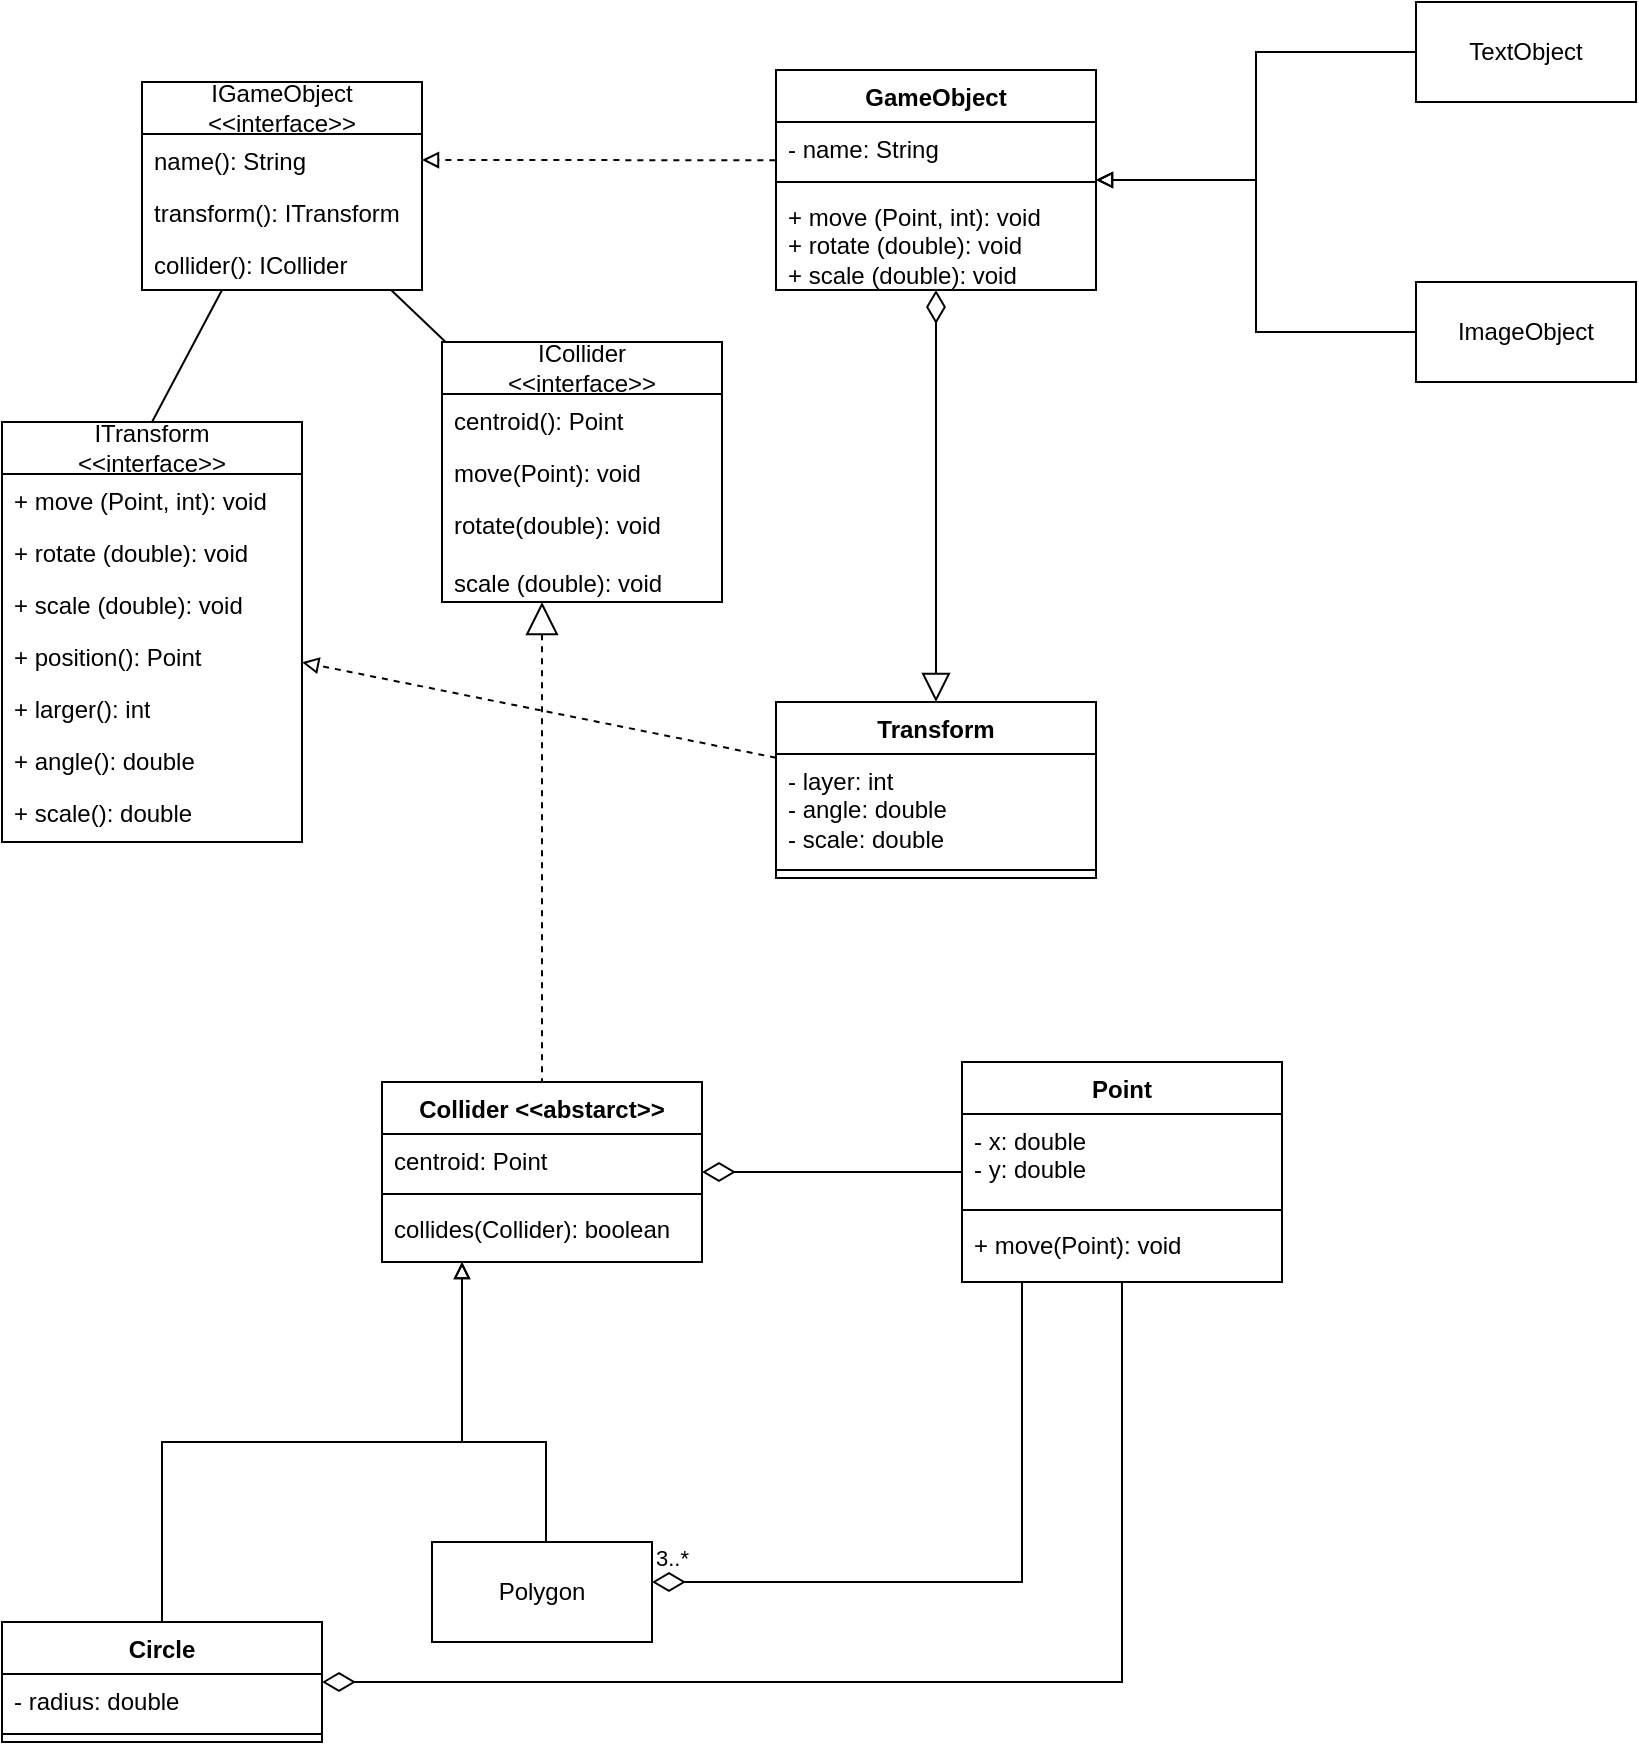
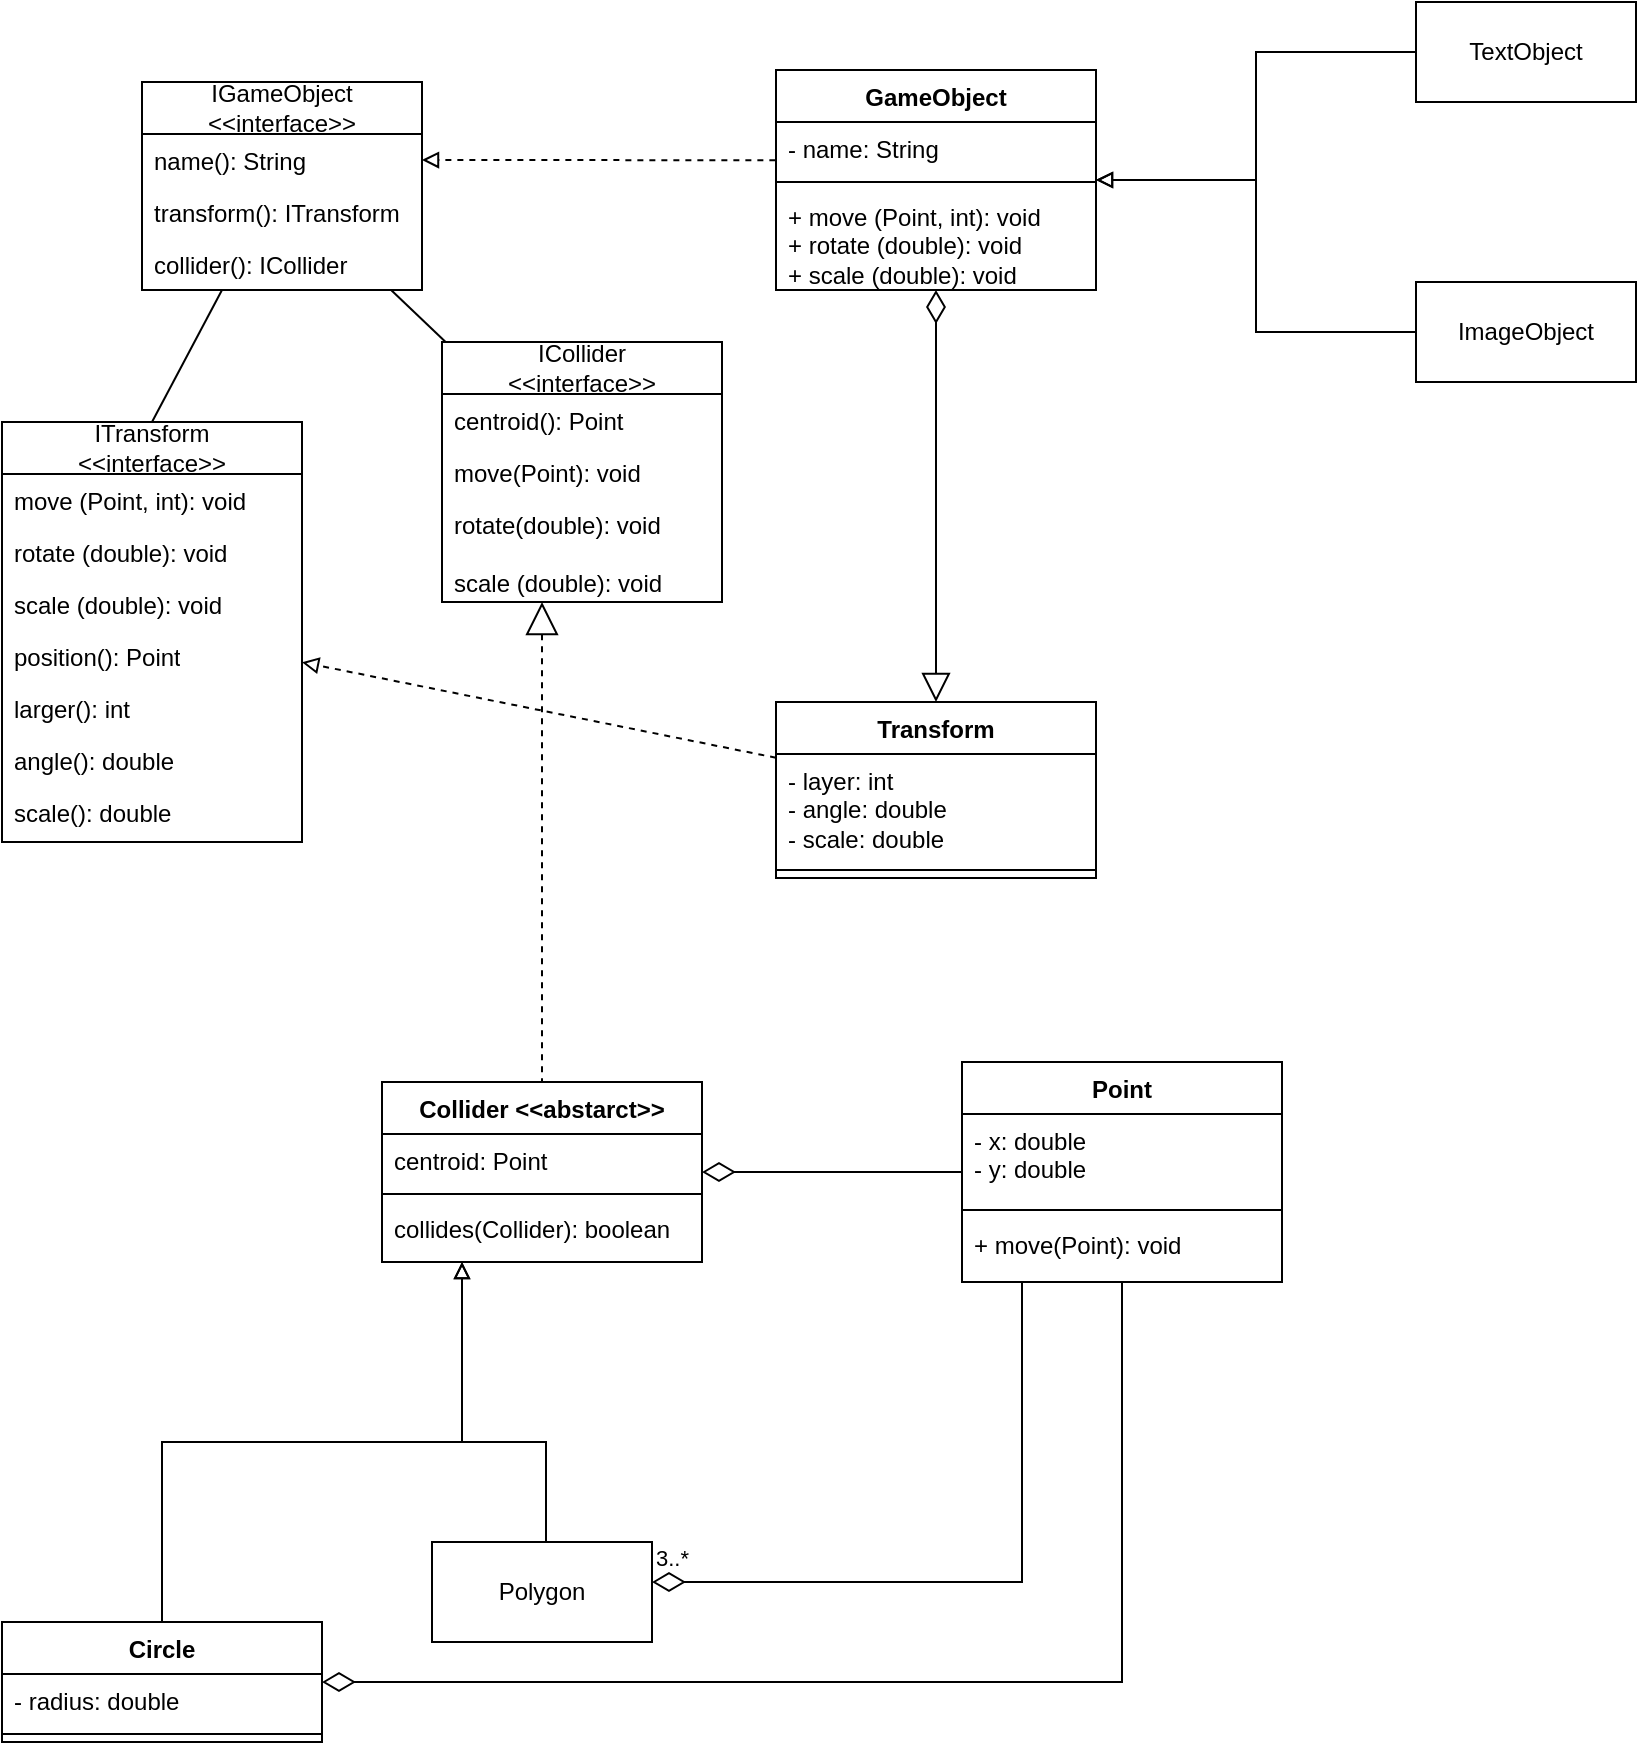
- <mxfile host="Electron" agent="Mozilla/5.0 (Windows NT 10.0; Win64; x64) AppleWebKit/537.36 (KHTML, like Gecko) draw.io/26.1.1 Chrome/132.0.6834.210 Electron/34.3.3 Safari/537.36" version="26.1.1">
+ <mxfile host="Electron" agent="Mozilla/5.0 (Windows NT 10.0; Win64; x64) AppleWebKit/537.36 (KHTML, like Gecko) draw.io/24.7.17 Chrome/128.0.6613.36 Electron/32.0.1 Safari/537.36" version="24.7.17">
  <diagram name="Página-1" id="ozrJAd1rfRzcVZ3zqUes">
-     <mxGraphModel dx="677" dy="1570" grid="1" gridSize="10" guides="1" tooltips="1" connect="1" arrows="1" fold="1" page="1" pageScale="1" pageWidth="827" pageHeight="1169" math="0" shadow="0">
+     <mxGraphModel dx="1050" dy="1790" grid="1" gridSize="10" guides="1" tooltips="1" connect="1" arrows="1" fold="1" page="1" pageScale="1" pageWidth="827" pageHeight="1169" math="0" shadow="0">
      <root>
        <mxCell id="0" />
        <mxCell id="1" parent="0" />
        <mxCell id="xWOYF9rLK-Gz1RhxJqcK-5" value="GameObject" style="swimlane;fontStyle=1;align=center;verticalAlign=top;childLayout=stackLayout;horizontal=1;startSize=26;horizontalStack=0;resizeParent=1;resizeParentMax=0;resizeLast=0;collapsible=1;marginBottom=0;whiteSpace=wrap;html=1;" parent="1" vertex="1">
          <mxGeometry x="397" y="4" width="160" height="110" as="geometry" />
        </mxCell>
        <mxCell id="xWOYF9rLK-Gz1RhxJqcK-6" value="- name: String" style="text;strokeColor=none;fillColor=none;align=left;verticalAlign=top;spacingLeft=4;spacingRight=4;overflow=hidden;rotatable=0;points=[[0,0.5],[1,0.5]];portConstraint=eastwest;whiteSpace=wrap;html=1;" parent="xWOYF9rLK-Gz1RhxJqcK-5" vertex="1">
          <mxGeometry y="26" width="160" height="26" as="geometry" />
        </mxCell>
        <mxCell id="xWOYF9rLK-Gz1RhxJqcK-7" value="" style="line;strokeWidth=1;fillColor=none;align=left;verticalAlign=middle;spacingTop=-1;spacingLeft=3;spacingRight=3;rotatable=0;labelPosition=right;points=[];portConstraint=eastwest;strokeColor=inherit;" parent="xWOYF9rLK-Gz1RhxJqcK-5" vertex="1">
          <mxGeometry y="52" width="160" height="8" as="geometry" />
        </mxCell>
        <mxCell id="xWOYF9rLK-Gz1RhxJqcK-8" value="+ move (Point, int): void&lt;div&gt;+ rotate (double): void&lt;/div&gt;&lt;div&gt;+ scale (double): void&lt;/div&gt;" style="text;strokeColor=none;fillColor=none;align=left;verticalAlign=top;spacingLeft=4;spacingRight=4;overflow=hidden;rotatable=0;points=[[0,0.5],[1,0.5]];portConstraint=eastwest;whiteSpace=wrap;html=1;" parent="xWOYF9rLK-Gz1RhxJqcK-5" vertex="1">
          <mxGeometry y="60" width="160" height="50" as="geometry" />
        </mxCell>
        <mxCell id="xWOYF9rLK-Gz1RhxJqcK-11" style="edgeStyle=orthogonalEdgeStyle;rounded=0;orthogonalLoop=1;jettySize=auto;html=1;endArrow=block;endFill=0;" parent="1" source="xWOYF9rLK-Gz1RhxJqcK-9" target="xWOYF9rLK-Gz1RhxJqcK-5" edge="1">
          <mxGeometry relative="1" as="geometry" />
        </mxCell>
        <mxCell id="xWOYF9rLK-Gz1RhxJqcK-9" value="TextObject" style="html=1;whiteSpace=wrap;" parent="1" vertex="1">
          <mxGeometry x="717" y="-30" width="110" height="50" as="geometry" />
        </mxCell>
        <mxCell id="xWOYF9rLK-Gz1RhxJqcK-12" style="edgeStyle=orthogonalEdgeStyle;rounded=0;orthogonalLoop=1;jettySize=auto;html=1;startArrow=none;startFill=0;endArrow=block;endFill=0;" parent="1" source="xWOYF9rLK-Gz1RhxJqcK-10" target="xWOYF9rLK-Gz1RhxJqcK-5" edge="1">
          <mxGeometry relative="1" as="geometry" />
        </mxCell>
        <mxCell id="xWOYF9rLK-Gz1RhxJqcK-10" value="ImageObject" style="html=1;whiteSpace=wrap;" parent="1" vertex="1">
          <mxGeometry x="717" y="110" width="110" height="50" as="geometry" />
        </mxCell>
        <mxCell id="xWOYF9rLK-Gz1RhxJqcK-13" value="Collider&amp;nbsp;&lt;span style=&quot;background-color: transparent; color: light-dark(rgb(0, 0, 0), rgb(255, 255, 255));&quot;&gt;&amp;lt;&amp;lt;abstarct&amp;gt;&amp;gt;&lt;/span&gt;" style="swimlane;fontStyle=1;align=center;verticalAlign=top;childLayout=stackLayout;horizontal=1;startSize=26;horizontalStack=0;resizeParent=1;resizeParentMax=0;resizeLast=0;collapsible=1;marginBottom=0;whiteSpace=wrap;html=1;" parent="1" vertex="1">
          <mxGeometry x="200" y="510" width="160" height="90" as="geometry" />
        </mxCell>
        <mxCell id="xWOYF9rLK-Gz1RhxJqcK-14" value="centroid: Point" style="text;strokeColor=none;fillColor=none;align=left;verticalAlign=top;spacingLeft=4;spacingRight=4;overflow=hidden;rotatable=0;points=[[0,0.5],[1,0.5]];portConstraint=eastwest;whiteSpace=wrap;html=1;" parent="xWOYF9rLK-Gz1RhxJqcK-13" vertex="1">
          <mxGeometry y="26" width="160" height="26" as="geometry" />
        </mxCell>
        <mxCell id="xWOYF9rLK-Gz1RhxJqcK-15" value="" style="line;strokeWidth=1;fillColor=none;align=left;verticalAlign=middle;spacingTop=-1;spacingLeft=3;spacingRight=3;rotatable=0;labelPosition=right;points=[];portConstraint=eastwest;strokeColor=inherit;" parent="xWOYF9rLK-Gz1RhxJqcK-13" vertex="1">
          <mxGeometry y="52" width="160" height="8" as="geometry" />
        </mxCell>
        <mxCell id="xWOYF9rLK-Gz1RhxJqcK-16" value="collides(Collider): boolean" style="text;strokeColor=none;fillColor=none;align=left;verticalAlign=top;spacingLeft=4;spacingRight=4;overflow=hidden;rotatable=0;points=[[0,0.5],[1,0.5]];portConstraint=eastwest;whiteSpace=wrap;html=1;" parent="xWOYF9rLK-Gz1RhxJqcK-13" vertex="1">
          <mxGeometry y="60" width="160" height="30" as="geometry" />
        </mxCell>
        <mxCell id="xWOYF9rLK-Gz1RhxJqcK-17" value="IGameObject&lt;br&gt;&amp;lt;&amp;lt;interface&amp;gt;&amp;gt;" style="swimlane;fontStyle=0;childLayout=stackLayout;horizontal=1;startSize=26;fillColor=none;horizontalStack=0;resizeParent=1;resizeParentMax=0;resizeLast=0;collapsible=1;marginBottom=0;whiteSpace=wrap;html=1;" parent="1" vertex="1">
          <mxGeometry x="80" y="10" width="140" height="104" as="geometry" />
        </mxCell>
        <mxCell id="xWOYF9rLK-Gz1RhxJqcK-18" value="name(): String" style="text;strokeColor=none;fillColor=none;align=left;verticalAlign=top;spacingLeft=4;spacingRight=4;overflow=hidden;rotatable=0;points=[[0,0.5],[1,0.5]];portConstraint=eastwest;whiteSpace=wrap;html=1;" parent="xWOYF9rLK-Gz1RhxJqcK-17" vertex="1">
          <mxGeometry y="26" width="140" height="26" as="geometry" />
        </mxCell>
        <mxCell id="xWOYF9rLK-Gz1RhxJqcK-19" value="transform(): ITransform" style="text;strokeColor=none;fillColor=none;align=left;verticalAlign=top;spacingLeft=4;spacingRight=4;overflow=hidden;rotatable=0;points=[[0,0.5],[1,0.5]];portConstraint=eastwest;whiteSpace=wrap;html=1;" parent="xWOYF9rLK-Gz1RhxJqcK-17" vertex="1">
          <mxGeometry y="52" width="140" height="26" as="geometry" />
        </mxCell>
        <mxCell id="xWOYF9rLK-Gz1RhxJqcK-20" value="collider(): ICollider" style="text;strokeColor=none;fillColor=none;align=left;verticalAlign=top;spacingLeft=4;spacingRight=4;overflow=hidden;rotatable=0;points=[[0,0.5],[1,0.5]];portConstraint=eastwest;whiteSpace=wrap;html=1;" parent="xWOYF9rLK-Gz1RhxJqcK-17" vertex="1">
          <mxGeometry y="78" width="140" height="26" as="geometry" />
        </mxCell>
        <mxCell id="xWOYF9rLK-Gz1RhxJqcK-21" value="" style="endArrow=block;dashed=1;html=1;rounded=0;startArrow=none;startFill=0;endFill=0;entryX=1;entryY=0.5;entryDx=0;entryDy=0;exitX=-0.002;exitY=0.735;exitDx=0;exitDy=0;exitPerimeter=0;" parent="1" source="xWOYF9rLK-Gz1RhxJqcK-6" target="xWOYF9rLK-Gz1RhxJqcK-18" edge="1">
          <mxGeometry width="50" height="50" relative="1" as="geometry">
            <mxPoint x="207" y="190" as="sourcePoint" />
            <mxPoint x="257" y="140" as="targetPoint" />
            <Array as="points" />
          </mxGeometry>
        </mxCell>
        <mxCell id="xWOYF9rLK-Gz1RhxJqcK-30" value="" style="group" parent="1" vertex="1" connectable="0">
          <mxGeometry x="10" y="180" width="150" height="210" as="geometry" />
        </mxCell>
        <mxCell id="xWOYF9rLK-Gz1RhxJqcK-22" value="ITransform&lt;br&gt;&amp;lt;&amp;lt;interface&amp;gt;&amp;gt;" style="swimlane;fontStyle=0;childLayout=stackLayout;horizontal=1;startSize=26;fillColor=none;horizontalStack=0;resizeParent=1;resizeParentMax=0;resizeLast=0;collapsible=1;marginBottom=0;whiteSpace=wrap;html=1;" parent="xWOYF9rLK-Gz1RhxJqcK-30" vertex="1">
          <mxGeometry width="150" height="210" as="geometry" />
        </mxCell>
-         <mxCell id="xWOYF9rLK-Gz1RhxJqcK-23" value="+ move (Point, int): void" style="text;strokeColor=none;fillColor=none;align=left;verticalAlign=top;spacingLeft=4;spacingRight=4;overflow=hidden;rotatable=0;points=[[0,0.5],[1,0.5]];portConstraint=eastwest;whiteSpace=wrap;html=1;" parent="xWOYF9rLK-Gz1RhxJqcK-22" vertex="1">
+         <mxCell id="xWOYF9rLK-Gz1RhxJqcK-23" value="move (Point, int): void" style="text;strokeColor=none;fillColor=none;align=left;verticalAlign=top;spacingLeft=4;spacingRight=4;overflow=hidden;rotatable=0;points=[[0,0.5],[1,0.5]];portConstraint=eastwest;whiteSpace=wrap;html=1;" parent="xWOYF9rLK-Gz1RhxJqcK-22" vertex="1">
          <mxGeometry y="26" width="150" height="26" as="geometry" />
        </mxCell>
-         <mxCell id="xWOYF9rLK-Gz1RhxJqcK-24" value="+ rotate (double): void" style="text;strokeColor=none;fillColor=none;align=left;verticalAlign=top;spacingLeft=4;spacingRight=4;overflow=hidden;rotatable=0;points=[[0,0.5],[1,0.5]];portConstraint=eastwest;whiteSpace=wrap;html=1;" parent="xWOYF9rLK-Gz1RhxJqcK-22" vertex="1">
+         <mxCell id="xWOYF9rLK-Gz1RhxJqcK-24" value="rotate (double): void" style="text;strokeColor=none;fillColor=none;align=left;verticalAlign=top;spacingLeft=4;spacingRight=4;overflow=hidden;rotatable=0;points=[[0,0.5],[1,0.5]];portConstraint=eastwest;whiteSpace=wrap;html=1;" parent="xWOYF9rLK-Gz1RhxJqcK-22" vertex="1">
          <mxGeometry y="52" width="150" height="26" as="geometry" />
        </mxCell>
-         <mxCell id="xWOYF9rLK-Gz1RhxJqcK-25" value="&lt;div&gt;+ scale (double): void&lt;/div&gt;" style="text;strokeColor=none;fillColor=none;align=left;verticalAlign=top;spacingLeft=4;spacingRight=4;overflow=hidden;rotatable=0;points=[[0,0.5],[1,0.5]];portConstraint=eastwest;whiteSpace=wrap;html=1;" parent="xWOYF9rLK-Gz1RhxJqcK-22" vertex="1">
+         <mxCell id="xWOYF9rLK-Gz1RhxJqcK-25" value="&lt;div&gt;scale (double): void&lt;/div&gt;" style="text;strokeColor=none;fillColor=none;align=left;verticalAlign=top;spacingLeft=4;spacingRight=4;overflow=hidden;rotatable=0;points=[[0,0.5],[1,0.5]];portConstraint=eastwest;whiteSpace=wrap;html=1;" parent="xWOYF9rLK-Gz1RhxJqcK-22" vertex="1">
          <mxGeometry y="78" width="150" height="132" as="geometry" />
        </mxCell>
-         <mxCell id="xWOYF9rLK-Gz1RhxJqcK-26" value="+ position(): Point" style="text;strokeColor=none;fillColor=none;align=left;verticalAlign=top;spacingLeft=4;spacingRight=4;overflow=hidden;rotatable=0;points=[[0,0.5],[1,0.5]];portConstraint=eastwest;whiteSpace=wrap;html=1;" parent="xWOYF9rLK-Gz1RhxJqcK-30" vertex="1">
+         <mxCell id="xWOYF9rLK-Gz1RhxJqcK-26" value="position(): Point" style="text;strokeColor=none;fillColor=none;align=left;verticalAlign=top;spacingLeft=4;spacingRight=4;overflow=hidden;rotatable=0;points=[[0,0.5],[1,0.5]];portConstraint=eastwest;whiteSpace=wrap;html=1;" parent="xWOYF9rLK-Gz1RhxJqcK-30" vertex="1">
          <mxGeometry y="104" width="150" height="26" as="geometry" />
        </mxCell>
-         <mxCell id="xWOYF9rLK-Gz1RhxJqcK-27" value="+ larger(): int" style="text;strokeColor=none;fillColor=none;align=left;verticalAlign=top;spacingLeft=4;spacingRight=4;overflow=hidden;rotatable=0;points=[[0,0.5],[1,0.5]];portConstraint=eastwest;whiteSpace=wrap;html=1;" parent="xWOYF9rLK-Gz1RhxJqcK-30" vertex="1">
+         <mxCell id="xWOYF9rLK-Gz1RhxJqcK-27" value="larger(): int" style="text;strokeColor=none;fillColor=none;align=left;verticalAlign=top;spacingLeft=4;spacingRight=4;overflow=hidden;rotatable=0;points=[[0,0.5],[1,0.5]];portConstraint=eastwest;whiteSpace=wrap;html=1;" parent="xWOYF9rLK-Gz1RhxJqcK-30" vertex="1">
          <mxGeometry y="130" width="150" height="26" as="geometry" />
        </mxCell>
-         <mxCell id="xWOYF9rLK-Gz1RhxJqcK-28" value="+ angle(): double" style="text;strokeColor=none;fillColor=none;align=left;verticalAlign=top;spacingLeft=4;spacingRight=4;overflow=hidden;rotatable=0;points=[[0,0.5],[1,0.5]];portConstraint=eastwest;whiteSpace=wrap;html=1;" parent="xWOYF9rLK-Gz1RhxJqcK-30" vertex="1">
+         <mxCell id="xWOYF9rLK-Gz1RhxJqcK-28" value="angle(): double" style="text;strokeColor=none;fillColor=none;align=left;verticalAlign=top;spacingLeft=4;spacingRight=4;overflow=hidden;rotatable=0;points=[[0,0.5],[1,0.5]];portConstraint=eastwest;whiteSpace=wrap;html=1;" parent="xWOYF9rLK-Gz1RhxJqcK-30" vertex="1">
          <mxGeometry y="156" width="150" height="26" as="geometry" />
        </mxCell>
-         <mxCell id="xWOYF9rLK-Gz1RhxJqcK-29" value="+ scale(): double" style="text;strokeColor=none;fillColor=none;align=left;verticalAlign=top;spacingLeft=4;spacingRight=4;overflow=hidden;rotatable=0;points=[[0,0.5],[1,0.5]];portConstraint=eastwest;whiteSpace=wrap;html=1;" parent="xWOYF9rLK-Gz1RhxJqcK-30" vertex="1">
+         <mxCell id="xWOYF9rLK-Gz1RhxJqcK-29" value="scale(): double" style="text;strokeColor=none;fillColor=none;align=left;verticalAlign=top;spacingLeft=4;spacingRight=4;overflow=hidden;rotatable=0;points=[[0,0.5],[1,0.5]];portConstraint=eastwest;whiteSpace=wrap;html=1;" parent="xWOYF9rLK-Gz1RhxJqcK-30" vertex="1">
          <mxGeometry y="182" width="150" height="26" as="geometry" />
        </mxCell>
        <mxCell id="xWOYF9rLK-Gz1RhxJqcK-31" value="ICollider&lt;br&gt;&amp;lt;&amp;lt;interface&amp;gt;&amp;gt;" style="swimlane;fontStyle=0;childLayout=stackLayout;horizontal=1;startSize=26;fillColor=none;horizontalStack=0;resizeParent=1;resizeParentMax=0;resizeLast=0;collapsible=1;marginBottom=0;whiteSpace=wrap;html=1;" parent="1" vertex="1">
          <mxGeometry x="230" y="140" width="140" height="130" as="geometry" />
        </mxCell>
        <mxCell id="xWOYF9rLK-Gz1RhxJqcK-32" value="centroid(): Point" style="text;strokeColor=none;fillColor=none;align=left;verticalAlign=top;spacingLeft=4;spacingRight=4;overflow=hidden;rotatable=0;points=[[0,0.5],[1,0.5]];portConstraint=eastwest;whiteSpace=wrap;html=1;" parent="xWOYF9rLK-Gz1RhxJqcK-31" vertex="1">
          <mxGeometry y="26" width="140" height="26" as="geometry" />
        </mxCell>
        <mxCell id="xWOYF9rLK-Gz1RhxJqcK-33" value="move(Point): void" style="text;strokeColor=none;fillColor=none;align=left;verticalAlign=top;spacingLeft=4;spacingRight=4;overflow=hidden;rotatable=0;points=[[0,0.5],[1,0.5]];portConstraint=eastwest;whiteSpace=wrap;html=1;" parent="xWOYF9rLK-Gz1RhxJqcK-31" vertex="1">
          <mxGeometry y="52" width="140" height="26" as="geometry" />
        </mxCell>
        <mxCell id="xWOYF9rLK-Gz1RhxJqcK-34" value="rotate(double): void&lt;div&gt;&lt;br&gt;&lt;div&gt;scale (double): void&lt;/div&gt;&lt;/div&gt;" style="text;strokeColor=none;fillColor=none;align=left;verticalAlign=top;spacingLeft=4;spacingRight=4;overflow=hidden;rotatable=0;points=[[0,0.5],[1,0.5]];portConstraint=eastwest;whiteSpace=wrap;html=1;" parent="xWOYF9rLK-Gz1RhxJqcK-31" vertex="1">
          <mxGeometry y="78" width="140" height="52" as="geometry" />
        </mxCell>
        <mxCell id="xWOYF9rLK-Gz1RhxJqcK-35" value="Transform" style="swimlane;fontStyle=1;align=center;verticalAlign=top;childLayout=stackLayout;horizontal=1;startSize=26;horizontalStack=0;resizeParent=1;resizeParentMax=0;resizeLast=0;collapsible=1;marginBottom=0;whiteSpace=wrap;html=1;" parent="1" vertex="1">
          <mxGeometry x="397" y="320" width="160" height="88" as="geometry" />
        </mxCell>
        <mxCell id="xWOYF9rLK-Gz1RhxJqcK-36" value="- layer: int&lt;br&gt;- angle: double&lt;div&gt;- scale: double&lt;/div&gt;" style="text;strokeColor=none;fillColor=none;align=left;verticalAlign=top;spacingLeft=4;spacingRight=4;overflow=hidden;rotatable=0;points=[[0,0.5],[1,0.5]];portConstraint=eastwest;whiteSpace=wrap;html=1;" parent="xWOYF9rLK-Gz1RhxJqcK-35" vertex="1">
          <mxGeometry y="26" width="160" height="54" as="geometry" />
        </mxCell>
        <mxCell id="xWOYF9rLK-Gz1RhxJqcK-37" value="" style="line;strokeWidth=1;fillColor=none;align=left;verticalAlign=middle;spacingTop=-1;spacingLeft=3;spacingRight=3;rotatable=0;labelPosition=right;points=[];portConstraint=eastwest;strokeColor=inherit;" parent="xWOYF9rLK-Gz1RhxJqcK-35" vertex="1">
          <mxGeometry y="80" width="160" height="8" as="geometry" />
        </mxCell>
        <mxCell id="xWOYF9rLK-Gz1RhxJqcK-39" value="" style="endArrow=none;html=1;rounded=0;exitX=0.5;exitY=0;exitDx=0;exitDy=0;" parent="1" source="xWOYF9rLK-Gz1RhxJqcK-22" edge="1">
          <mxGeometry width="50" height="50" relative="1" as="geometry">
            <mxPoint x="280" y="240" as="sourcePoint" />
            <mxPoint x="120" y="114" as="targetPoint" />
          </mxGeometry>
        </mxCell>
        <mxCell id="xWOYF9rLK-Gz1RhxJqcK-40" value="" style="endArrow=block;dashed=1;html=1;rounded=0;startArrow=none;startFill=0;endFill=0;" parent="1" source="xWOYF9rLK-Gz1RhxJqcK-35" target="xWOYF9rLK-Gz1RhxJqcK-22" edge="1">
          <mxGeometry width="50" height="50" relative="1" as="geometry">
            <mxPoint x="510" y="250" as="sourcePoint" />
            <mxPoint x="370" y="251" as="targetPoint" />
          </mxGeometry>
        </mxCell>
        <mxCell id="xWOYF9rLK-Gz1RhxJqcK-41" value="" style="endArrow=none;html=1;rounded=0;" parent="1" source="xWOYF9rLK-Gz1RhxJqcK-31" target="xWOYF9rLK-Gz1RhxJqcK-17" edge="1">
          <mxGeometry width="50" height="50" relative="1" as="geometry">
            <mxPoint x="58" y="190" as="sourcePoint" />
            <mxPoint x="122" y="126" as="targetPoint" />
          </mxGeometry>
        </mxCell>
        <mxCell id="xWOYF9rLK-Gz1RhxJqcK-42" value="" style="endArrow=block;html=1;endSize=12;startArrow=diamondThin;startSize=14;startFill=0;edgeStyle=orthogonalEdgeStyle;align=left;verticalAlign=bottom;rounded=0;endFill=0;" parent="1" source="xWOYF9rLK-Gz1RhxJqcK-5" target="xWOYF9rLK-Gz1RhxJqcK-35" edge="1">
          <mxGeometry x="-1" y="3" relative="1" as="geometry">
            <mxPoint x="450" y="200" as="sourcePoint" />
            <mxPoint x="610" y="200" as="targetPoint" />
          </mxGeometry>
        </mxCell>
        <mxCell id="xWOYF9rLK-Gz1RhxJqcK-43" value="" style="endArrow=none;html=1;endSize=12;startArrow=diamondThin;startSize=14;startFill=0;edgeStyle=orthogonalEdgeStyle;align=left;verticalAlign=bottom;rounded=0;endFill=0;" parent="1" source="xWOYF9rLK-Gz1RhxJqcK-47" target="xWOYF9rLK-Gz1RhxJqcK-51" edge="1">
          <mxGeometry x="-1" y="3" relative="1" as="geometry">
            <mxPoint x="480" y="810" as="sourcePoint" />
            <mxPoint x="640" y="810" as="targetPoint" />
          </mxGeometry>
        </mxCell>
        <mxCell id="xWOYF9rLK-Gz1RhxJqcK-45" value="" style="endArrow=none;html=1;endSize=12;startArrow=diamondThin;startSize=14;startFill=0;edgeStyle=orthogonalEdgeStyle;align=left;verticalAlign=bottom;rounded=0;endFill=0;" parent="1" source="xWOYF9rLK-Gz1RhxJqcK-13" target="xWOYF9rLK-Gz1RhxJqcK-51" edge="1">
          <mxGeometry x="-1" y="3" relative="1" as="geometry">
            <mxPoint x="300" y="614.5" as="sourcePoint" />
            <mxPoint x="460" y="614.5" as="targetPoint" />
          </mxGeometry>
        </mxCell>
        <mxCell id="xWOYF9rLK-Gz1RhxJqcK-47" value="Circle" style="swimlane;fontStyle=1;align=center;verticalAlign=top;childLayout=stackLayout;horizontal=1;startSize=26;horizontalStack=0;resizeParent=1;resizeParentMax=0;resizeLast=0;collapsible=1;marginBottom=0;whiteSpace=wrap;html=1;" parent="1" vertex="1">
          <mxGeometry x="10" y="780" width="160" height="60" as="geometry" />
        </mxCell>
        <mxCell id="xWOYF9rLK-Gz1RhxJqcK-48" value="- radius: double" style="text;strokeColor=none;fillColor=none;align=left;verticalAlign=top;spacingLeft=4;spacingRight=4;overflow=hidden;rotatable=0;points=[[0,0.5],[1,0.5]];portConstraint=eastwest;whiteSpace=wrap;html=1;" parent="xWOYF9rLK-Gz1RhxJqcK-47" vertex="1">
          <mxGeometry y="26" width="160" height="26" as="geometry" />
        </mxCell>
        <mxCell id="xWOYF9rLK-Gz1RhxJqcK-49" value="" style="line;strokeWidth=1;fillColor=none;align=left;verticalAlign=middle;spacingTop=-1;spacingLeft=3;spacingRight=3;rotatable=0;labelPosition=right;points=[];portConstraint=eastwest;strokeColor=inherit;" parent="xWOYF9rLK-Gz1RhxJqcK-47" vertex="1">
          <mxGeometry y="52" width="160" height="8" as="geometry" />
        </mxCell>
        <mxCell id="xWOYF9rLK-Gz1RhxJqcK-51" value="Point" style="swimlane;fontStyle=1;align=center;verticalAlign=top;childLayout=stackLayout;horizontal=1;startSize=26;horizontalStack=0;resizeParent=1;resizeParentMax=0;resizeLast=0;collapsible=1;marginBottom=0;whiteSpace=wrap;html=1;" parent="1" vertex="1">
          <mxGeometry x="490" y="500" width="160" height="110" as="geometry" />
        </mxCell>
        <mxCell id="xWOYF9rLK-Gz1RhxJqcK-52" value="- x: double&lt;br&gt;- y: double" style="text;strokeColor=none;fillColor=none;align=left;verticalAlign=top;spacingLeft=4;spacingRight=4;overflow=hidden;rotatable=0;points=[[0,0.5],[1,0.5]];portConstraint=eastwest;whiteSpace=wrap;html=1;" parent="xWOYF9rLK-Gz1RhxJqcK-51" vertex="1">
          <mxGeometry y="26" width="160" height="44" as="geometry" />
        </mxCell>
        <mxCell id="xWOYF9rLK-Gz1RhxJqcK-53" value="" style="line;strokeWidth=1;fillColor=none;align=left;verticalAlign=middle;spacingTop=-1;spacingLeft=3;spacingRight=3;rotatable=0;labelPosition=right;points=[];portConstraint=eastwest;strokeColor=inherit;" parent="xWOYF9rLK-Gz1RhxJqcK-51" vertex="1">
          <mxGeometry y="70" width="160" height="8" as="geometry" />
        </mxCell>
        <mxCell id="xWOYF9rLK-Gz1RhxJqcK-54" value="+ move(Point): void" style="text;strokeColor=none;fillColor=none;align=left;verticalAlign=top;spacingLeft=4;spacingRight=4;overflow=hidden;rotatable=0;points=[[0,0.5],[1,0.5]];portConstraint=eastwest;whiteSpace=wrap;html=1;" parent="xWOYF9rLK-Gz1RhxJqcK-51" vertex="1">
          <mxGeometry y="78" width="160" height="32" as="geometry" />
        </mxCell>
        <mxCell id="xWOYF9rLK-Gz1RhxJqcK-58" value="Polygon" style="html=1;whiteSpace=wrap;" parent="1" vertex="1">
          <mxGeometry x="225" y="740" width="110" height="50" as="geometry" />
        </mxCell>
        <mxCell id="xWOYF9rLK-Gz1RhxJqcK-59" value="3..*" style="endArrow=none;html=1;endSize=12;startArrow=diamondThin;startSize=14;startFill=0;edgeStyle=orthogonalEdgeStyle;align=left;verticalAlign=bottom;rounded=0;endFill=0;" parent="1" source="xWOYF9rLK-Gz1RhxJqcK-58" target="xWOYF9rLK-Gz1RhxJqcK-51" edge="1">
          <mxGeometry x="-1" y="3" relative="1" as="geometry">
            <mxPoint x="370" y="870" as="sourcePoint" />
            <mxPoint x="810" y="820" as="targetPoint" />
            <Array as="points">
              <mxPoint x="520" y="760" />
            </Array>
          </mxGeometry>
        </mxCell>
        <mxCell id="xWOYF9rLK-Gz1RhxJqcK-61" value="" style="group" parent="1" vertex="1" connectable="0">
          <mxGeometry x="90" y="690" width="192" as="geometry" />
        </mxCell>
        <mxCell id="xWOYF9rLK-Gz1RhxJqcK-56" style="edgeStyle=orthogonalEdgeStyle;rounded=0;orthogonalLoop=1;jettySize=auto;html=1;endArrow=block;endFill=0;" parent="xWOYF9rLK-Gz1RhxJqcK-61" source="xWOYF9rLK-Gz1RhxJqcK-47" target="xWOYF9rLK-Gz1RhxJqcK-13" edge="1">
          <mxGeometry relative="1" as="geometry">
            <mxPoint x="-15" y="70" as="sourcePoint" />
            <Array as="points">
              <mxPoint />
              <mxPoint x="150" />
            </Array>
          </mxGeometry>
        </mxCell>
        <mxCell id="xWOYF9rLK-Gz1RhxJqcK-57" style="edgeStyle=orthogonalEdgeStyle;rounded=0;orthogonalLoop=1;jettySize=auto;html=1;endArrow=block;endFill=0;" parent="xWOYF9rLK-Gz1RhxJqcK-61" source="xWOYF9rLK-Gz1RhxJqcK-58" target="xWOYF9rLK-Gz1RhxJqcK-13" edge="1">
          <mxGeometry relative="1" as="geometry">
            <mxPoint x="192" y="50" as="sourcePoint" />
            <Array as="points">
              <mxPoint x="192" />
              <mxPoint x="150" />
            </Array>
          </mxGeometry>
        </mxCell>
        <mxCell id="xWOYF9rLK-Gz1RhxJqcK-62" value="" style="endArrow=none;html=1;endSize=12;startArrow=block;startSize=14;startFill=0;edgeStyle=orthogonalEdgeStyle;align=left;verticalAlign=bottom;rounded=0;endFill=0;dashed=1;" parent="1" source="xWOYF9rLK-Gz1RhxJqcK-31" target="xWOYF9rLK-Gz1RhxJqcK-13" edge="1">
          <mxGeometry x="-1" y="3" relative="1" as="geometry">
            <mxPoint x="284" y="410" as="sourcePoint" />
            <mxPoint x="414" y="410" as="targetPoint" />
            <Array as="points">
              <mxPoint x="280" y="330" />
              <mxPoint x="280" y="330" />
            </Array>
          </mxGeometry>
        </mxCell>
      </root>
    </mxGraphModel>
  </diagram>
</mxfile>
